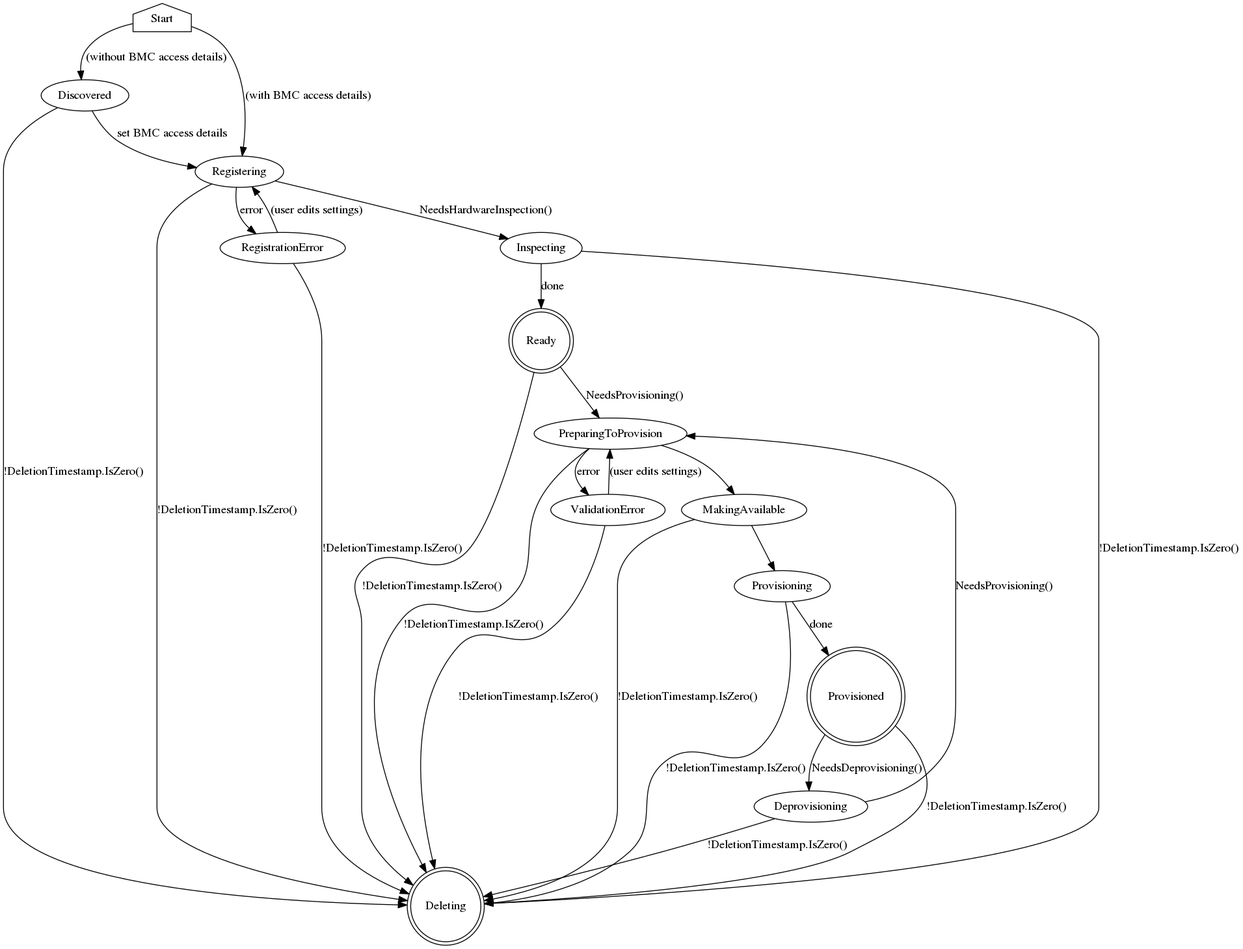
The Graphviz diagram docs/BaremetalHost_ProvisioningState.png in metal3-io/baremetal-operator, before a commit. Its source is kept beside it as docs/BaremetalHost_ProvisioningState.dot.
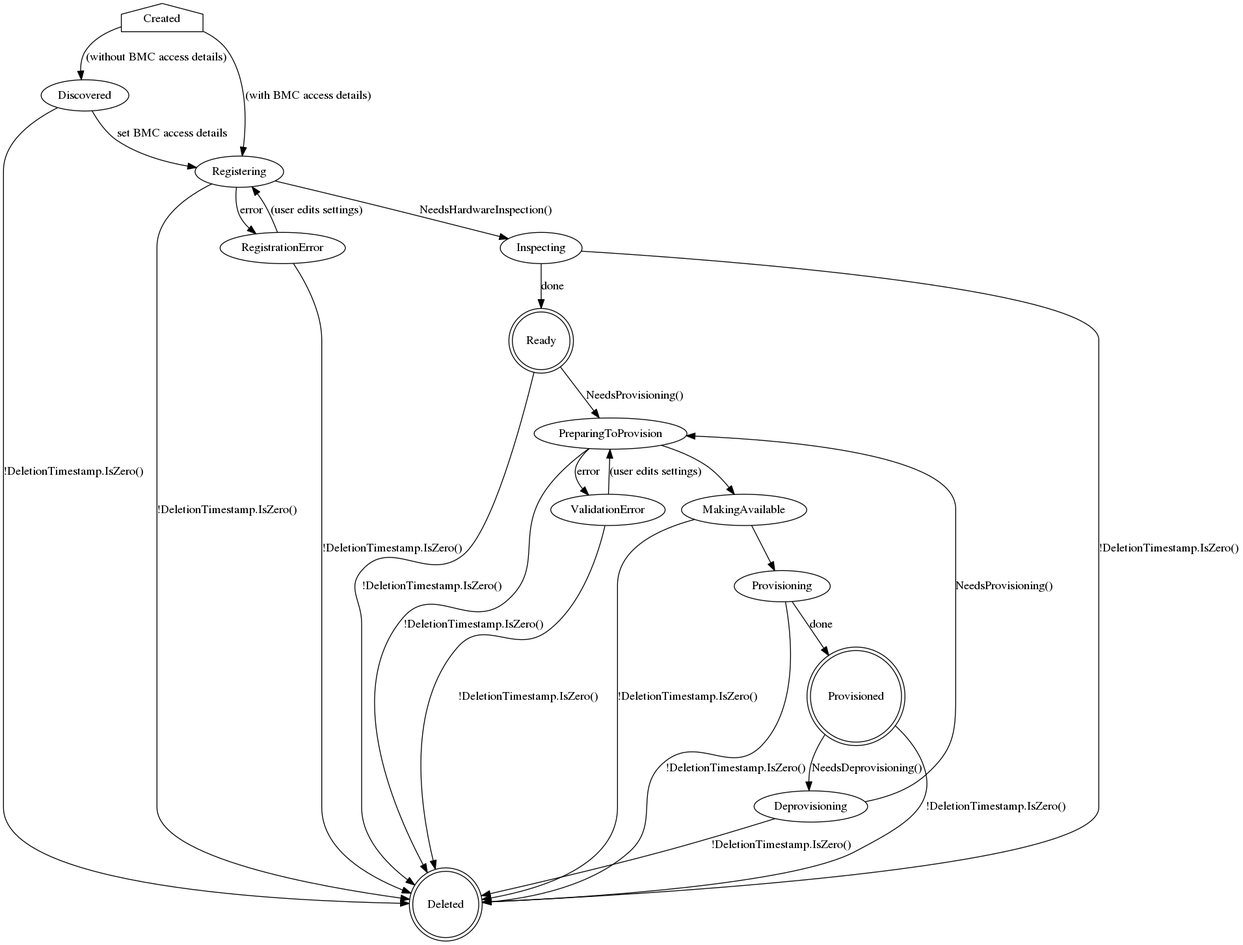
The same diagram one commit later.

Commit message:
rename start and deleting states

Change "deleting" to "deleted"

Change "start" to "created"

Diff of the diagram source:
```diff
@@ -1,44 +1,44 @@
 digraph BaremetalHost {
-    Start [shape=house]
-    Start -> Discovered [label="(without BMC access details)"]
-    Start -> Registering [label="(with BMC access details)"]
+    Created [shape=house]
+    Created -> Discovered [label="(without BMC access details)"]
+    Created -> Registering [label="(with BMC access details)"]
 
     Discovered -> Registering [label="set BMC access details"]
-    Discovered -> Deleting [label="!DeletionTimestamp.IsZero()"]
+    Discovered -> Deleted [label="!DeletionTimestamp.IsZero()"]
 
     Registering -> Inspecting [label="NeedsHardwareInspection()"]
     Registering -> RegistrationError [label=error]
-    Registering -> Deleting [label="!DeletionTimestamp.IsZero()"]
+    Registering -> Deleted [label="!DeletionTimestamp.IsZero()"]
 
     Inspecting -> Ready [label="done"]
-    Inspecting -> Deleting [label="!DeletionTimestamp.IsZero()"]
+    Inspecting -> Deleted [label="!DeletionTimestamp.IsZero()"]
 
     RegistrationError -> Registering [label="(user edits settings)"]
-    RegistrationError -> Deleting [label="!DeletionTimestamp.IsZero()"]
+    RegistrationError -> Deleted [label="!DeletionTimestamp.IsZero()"]
 
     Ready [shape=doublecircle]
     Ready -> PreparingToProvision [label="NeedsProvisioning()"]
-    Ready -> Deleting [label="!DeletionTimestamp.IsZero()"]
+    Ready -> Deleted [label="!DeletionTimestamp.IsZero()"]
 
     PreparingToProvision -> ValidationError [label=error]
     PreparingToProvision -> MakingAvailable
-    PreparingToProvision -> Deleting [label="!DeletionTimestamp.IsZero()"]
+    PreparingToProvision -> Deleted [label="!DeletionTimestamp.IsZero()"]
 
     ValidationError -> PreparingToProvision [label="(user edits settings)"]
-    ValidationError -> Deleting [label="!DeletionTimestamp.IsZero()"]
+    ValidationError -> Deleted [label="!DeletionTimestamp.IsZero()"]
 
     MakingAvailable -> Provisioning
-    MakingAvailable -> Deleting [label="!DeletionTimestamp.IsZero()"]
+    MakingAvailable -> Deleted [label="!DeletionTimestamp.IsZero()"]
 
     Provisioning -> Provisioned [label=done]
-    Provisioning -> Deleting [label="!DeletionTimestamp.IsZero()"]
+    Provisioning -> Deleted [label="!DeletionTimestamp.IsZero()"]
 
     Provisioned [shape=doublecircle]
     Provisioned -> Deprovisioning [label="NeedsDeprovisioning()"]
-    Provisioned -> Deleting [label="!DeletionTimestamp.IsZero()"]
+    Provisioned -> Deleted [label="!DeletionTimestamp.IsZero()"]
 
-    Deleting [shape=doublecircle]
+    Deleted [shape=doublecircle]
 
     Deprovisioning -> PreparingToProvision [label="NeedsProvisioning()"]
-    Deprovisioning -> Deleting [label="!DeletionTimestamp.IsZero()"]
+    Deprovisioning -> Deleted [label="!DeletionTimestamp.IsZero()"]
 }
```
